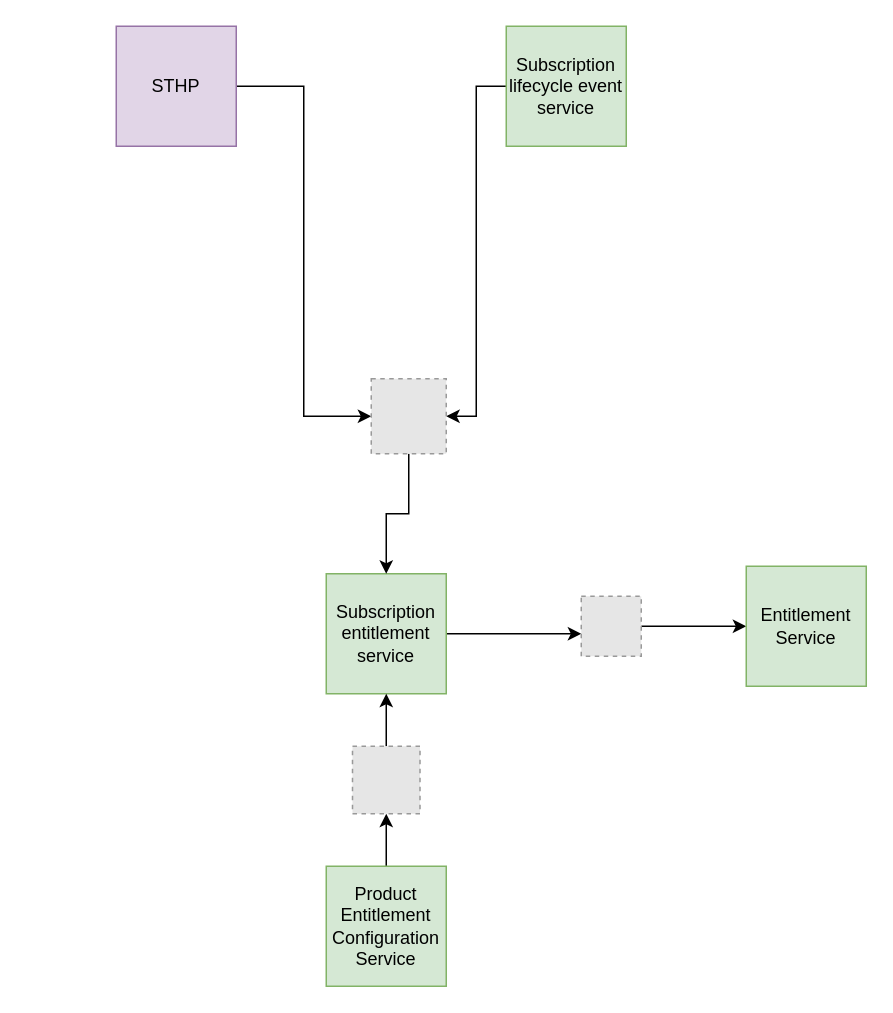
sunnydas/cit_testing keeps this draw.io diagram as Untitled Diagram.drawio. Above is the earlier version. Source tidied: cells renumbered, new cells numbered last; positions are measured from the earlier drawing's top-left corner, leaving out a move shared by most shapes. Both pictures are drawn from the tidied source at 150%, with x=0, y=0 at pixel (116, 26). Pictures stored in the file or linked from it are replaced by grey dashed boxes.
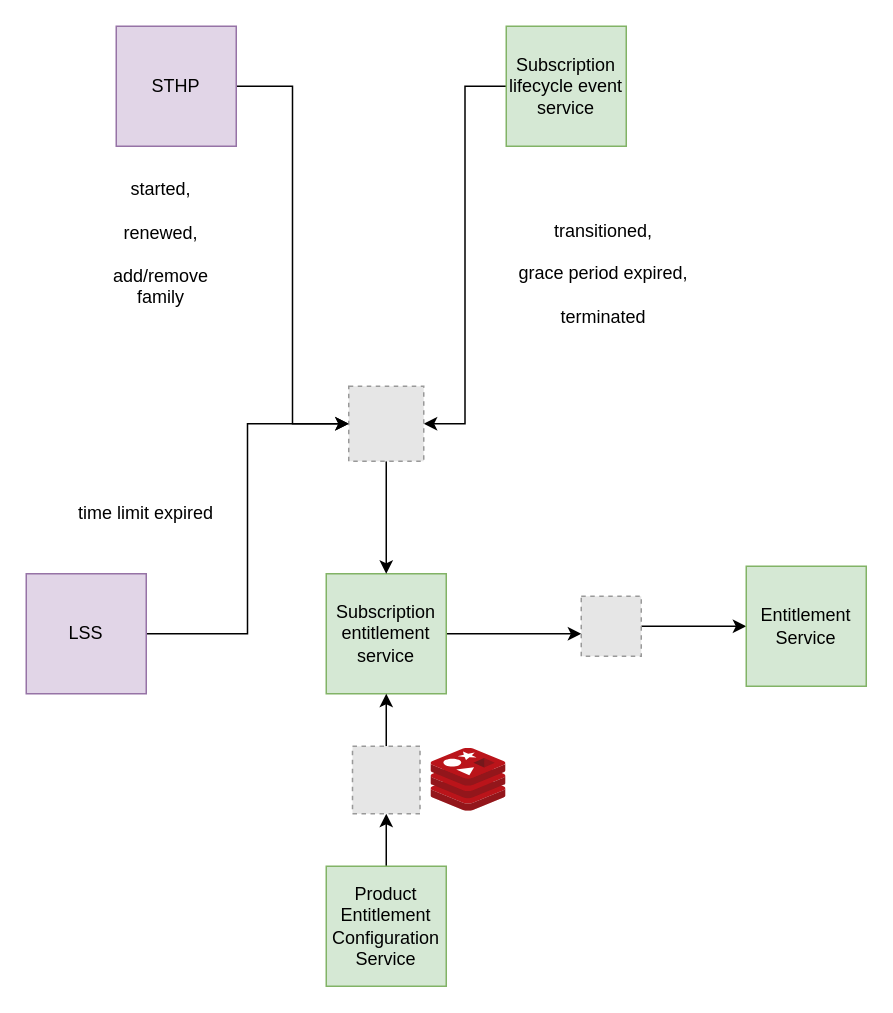
Above is the later version.

Diff of the diagram source:
```diff
@@
     <mxCell id="9" style="fillColor=#E6E6E6;strokeColor=#999999;dashed=1;verticalLabelPosition=bottom;labelBackgroundColor=default;verticalAlign=top;" parent="1" vertex="1">
-      <mxGeometry x="170" y="235" width="50" height="50" as="geometry" />
+      <mxGeometry x="155" y="240" width="50" height="50" as="geometry" />
     </mxCell>
@@
+    <mxCell id="17" value="transitioned,&lt;br&gt;&lt;br&gt;grace period expired,&lt;br&gt;&lt;br&gt;terminated" style="text;html=1;strokeColor=none;fillColor=none;align=center;verticalAlign=middle;whiteSpace=wrap;rounded=0;" parent="1" vertex="1">
+      <mxGeometry x="250" y="150" width="150" height="30" as="geometry" />
+    </mxCell>
+    <mxCell id="18" value="started,&lt;br&gt;&lt;br&gt;renewed,&lt;br&gt;&lt;br&gt;add/remove family" style="text;html=1;strokeColor=none;fillColor=none;align=center;verticalAlign=middle;whiteSpace=wrap;rounded=0;" parent="1" vertex="1">
+      <mxGeometry y="130" width="60" height="30" as="geometry" />
+    </mxCell>
+    <mxCell id="19" style="image;sketch=0;html=1;align=center;fontSize=12;image=img/lib/mscae/Cache_Redis_Product.svg;" parent="1" vertex="1">
+      <mxGeometry x="210" y="481.5" width="50" height="42" as="geometry" />
+    </mxCell>
+    <mxCell id="20" style="edgeStyle=orthogonalEdgeStyle;rounded=0;jettySize=auto;html=1;entryX=0;entryY=0.5;entryDx=0;entryDy=0;" parent="1" edge="1" source="21" target="9">
+      <mxGeometry relative="1" as="geometry" />
+    </mxCell>
+    <mxCell id="21" value="LSS" style="whiteSpace=wrap;html=1;fillColor=#e1d5e7;strokeColor=#9673a6;" parent="1" vertex="1">
+      <mxGeometry x="-60" y="365" width="80" height="80" as="geometry" />
+    </mxCell>
+    <mxCell id="22" value="time limit expired" style="text;html=1;strokeColor=none;fillColor=none;align=center;verticalAlign=middle;whiteSpace=wrap;rounded=0;" parent="1" vertex="1">
+      <mxGeometry x="-30" y="310" width="100" height="30" as="geometry" />
+    </mxCell>
```
